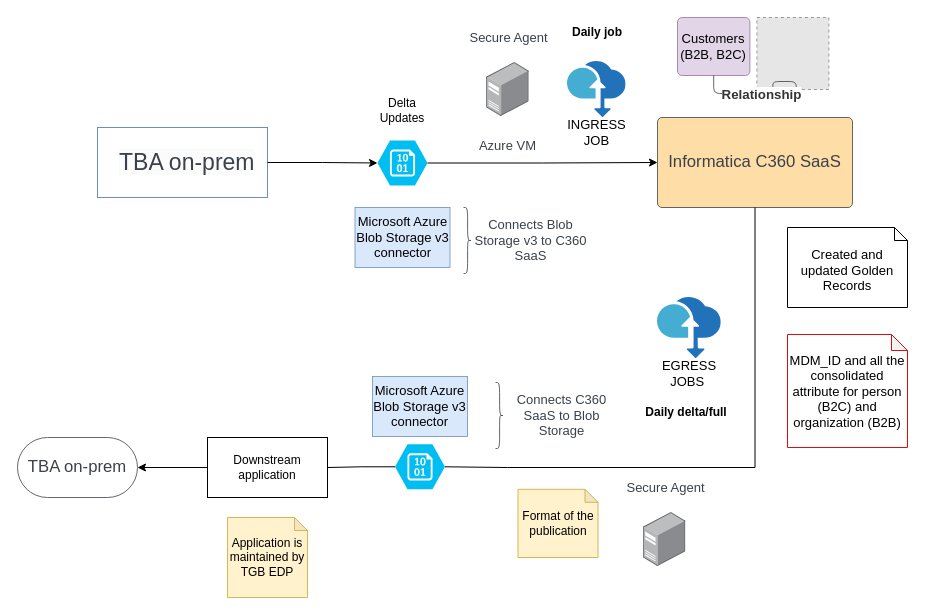
This is page "option-1" (1 of 4) of tbul.drawio from biswarup81/drawings, a draw.io file, before an edit. Source tidied: cells renumbered, new cells numbered last; positions are measured from the earlier drawing's top-left corner, leaving out a move shared by most shapes. Both pictures are drawn from the tidied source at 100%, with x=0, y=0 at pixel (17, 17). Pictures stored in the file or linked from it are replaced by grey dashed boxes.
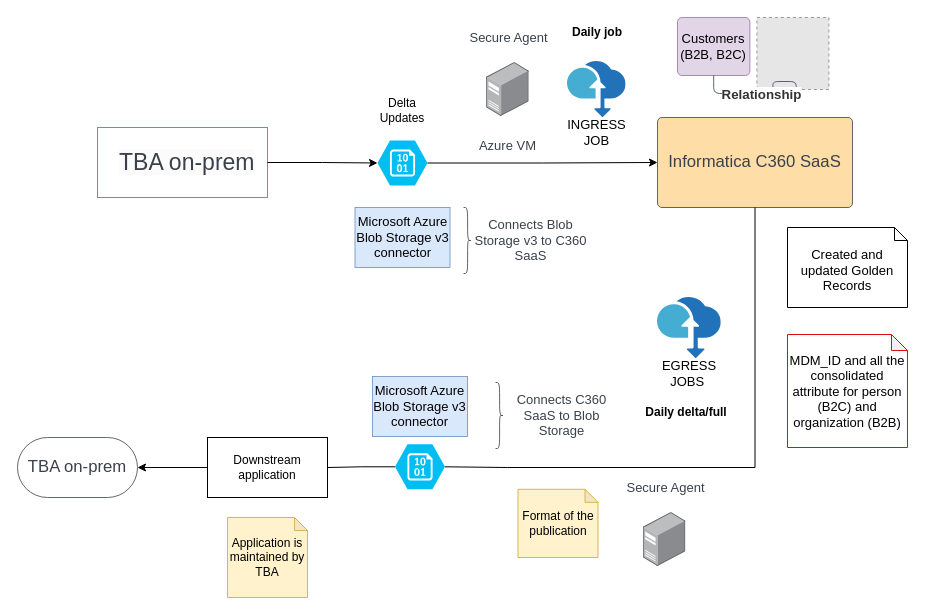
The same diagram, later.

Diff of the diagram source:
```diff
@@
-    <mxCell id="31" value="Application is maintained by TGB EDP" style="shape=note;whiteSpace=wrap;html=1;backgroundOutline=1;darkOpacity=0.05;fillColor=#fff2cc;strokeColor=#d6b656;size=13;" parent="1" vertex="1">
+    <mxCell id="31" value="Application is maintained by TBA" style="shape=note;whiteSpace=wrap;html=1;backgroundOutline=1;darkOpacity=0.05;fillColor=#fff2cc;strokeColor=#d6b656;size=13;" parent="1" vertex="1">
       <mxGeometry x="210" y="500" width="80" height="80" as="geometry" />
     </mxCell>
```
